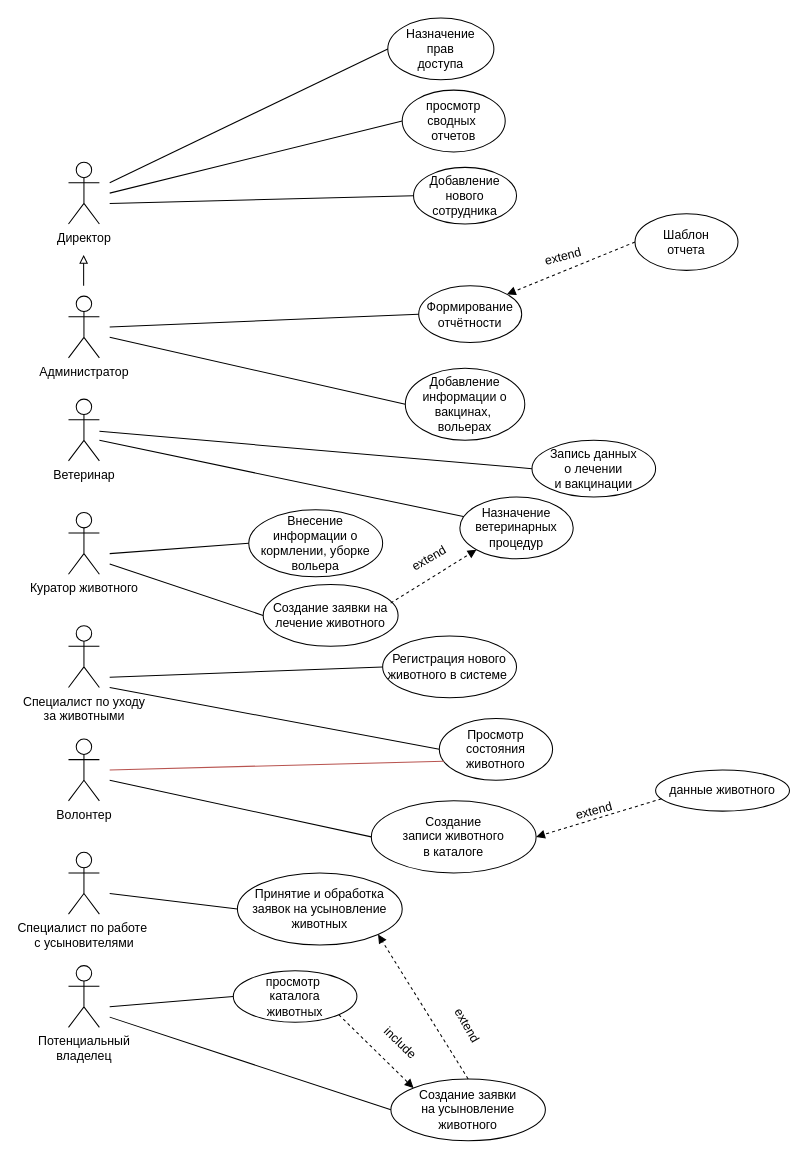
The draw.io diagram Диаграмма use-case.drawio in DaniilKOT112/Doc, before the edit. Source tidied: cells renumbered, new cells numbered last; positions are measured from the earlier drawing's top-left corner, leaving out a move shared by most shapes. Both pictures are drawn from the tidied source at 103%, with x=0, y=0 at pixel (68, 18).
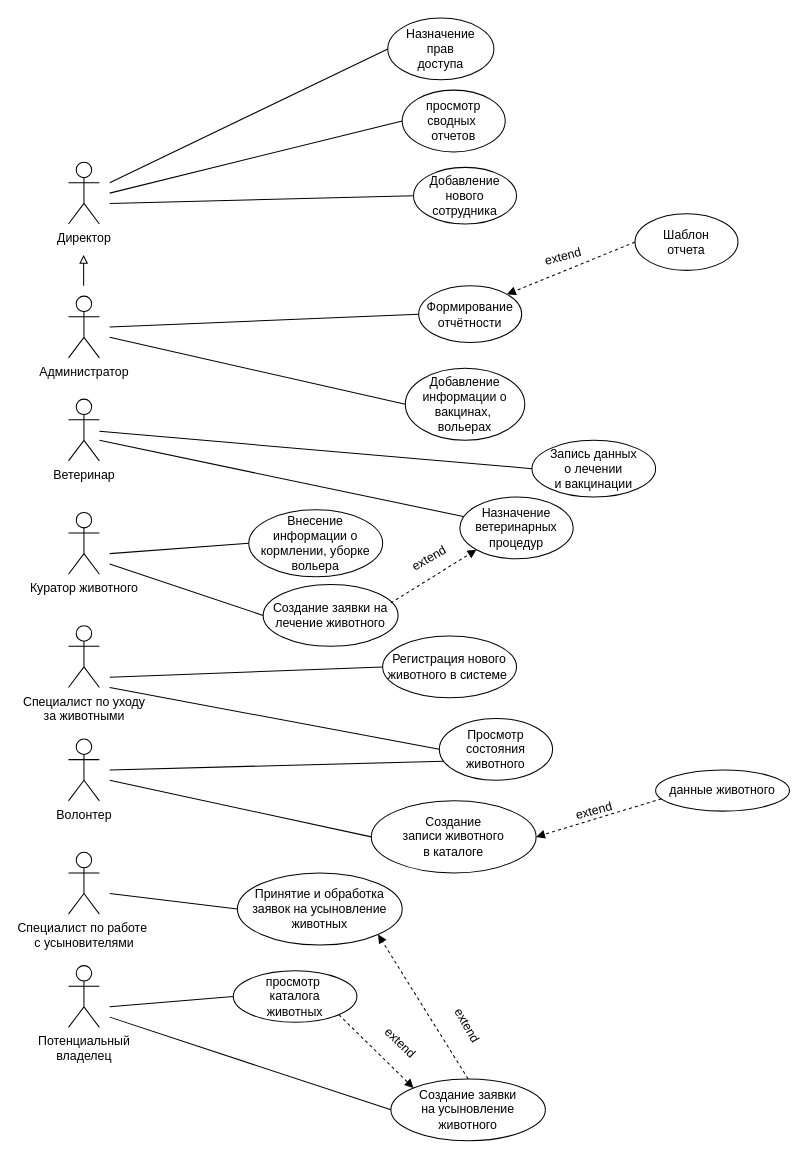
The same page after the edit.

Unchanged cells that the change refers to:
```xml
<mxCell id="23" value="Просмотр&lt;div&gt;состояния&lt;/div&gt;&lt;div&gt;животного&lt;/div&gt;" style="ellipse;whiteSpace=wrap;html=1;" parent="1" vertex="1">
  <mxGeometry x="360" y="680" width="110" height="60" as="geometry" />
</mxCell>
```

What changed in the source:
```diff
@@
-    <mxCell id="30" style="endArrow=none;html=1;rounded=0;entryX=0.041;entryY=0.693;entryDx=0;entryDy=0;entryPerimeter=0;fillColor=#f8cecc;strokeColor=#b85450;" parent="1" edge="1" target="23">
+    <mxCell id="30" style="endArrow=none;html=1;rounded=0;entryX=0.041;entryY=0.693;entryDx=0;entryDy=0;entryPerimeter=0;" parent="1" edge="1" target="23">
       <mxGeometry relative="1" as="geometry">
         <mxPoint x="40" y="730" as="sourcePoint" />
       </mxGeometry>
     </mxCell>
@@
-    <mxCell id="41" value="include" style="text;html=1;align=center;verticalAlign=middle;strokeColor=none;fillColor=none;rotation=44;" parent="1" vertex="1">
+    <mxCell id="41" value="extend" style="text;html=1;align=center;verticalAlign=middle;strokeColor=none;fillColor=none;rotation=44;" parent="1" vertex="1">
       <mxGeometry x="292" y="980" width="60" height="30" as="geometry" />
     </mxCell>
```
